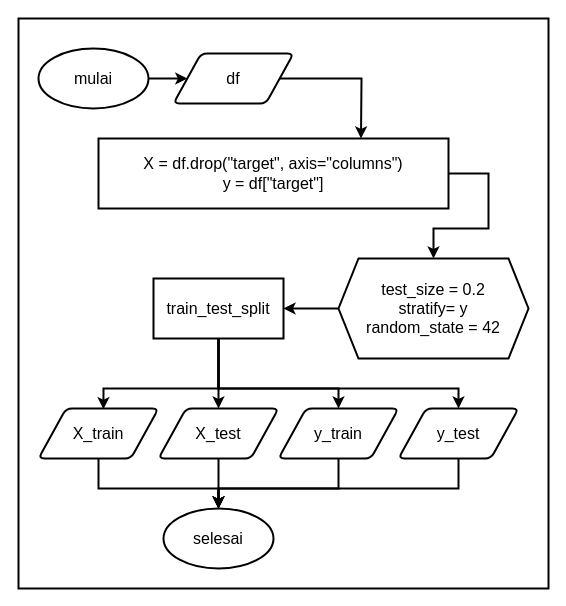
This is Images/flowchart_datasets_splitting.drawio from rshby/skripsi, a draw.io file, before an edit. Source tidied: cells renumbered, new cells numbered last; positions are measured from the earlier drawing's top-left corner, leaving out a move shared by most shapes. Both pictures are drawn from the tidied source at 100%, with x=0, y=0 at pixel (18, 18).
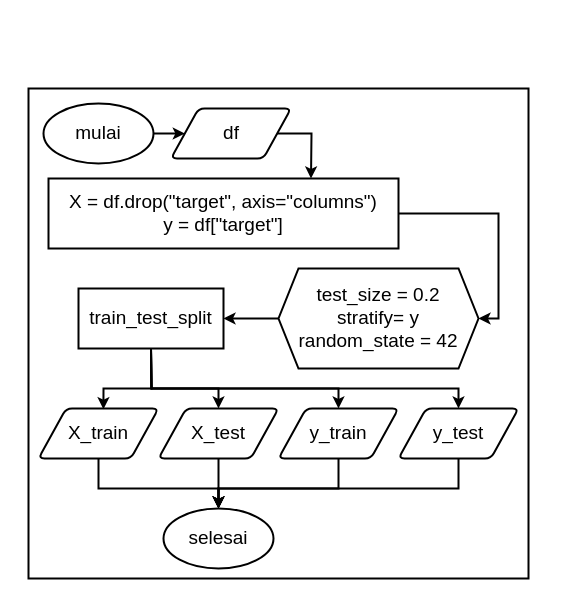
The same page after the edit.

Change to the diagram source:
```diff
@@
-    <mxCell id="2" style="group;" parent="1" vertex="1">
-      <mxGeometry width="530" height="570" as="geometry" />
-    </mxCell>
-    <mxCell id="3" style="rounded=0;whiteSpace=wrap;html=1;strokeWidth=2;" parent="2" vertex="1">
-      <mxGeometry width="530" height="570" as="geometry" />
-    </mxCell>
+    <mxCell id="26" style="group;" parent="1" vertex="1">
+      <mxGeometry x="10" y="70" width="500" height="490" as="geometry" />
+    </mxCell>
+    <mxCell id="27" style="rounded=0;whiteSpace=wrap;html=1;fontSize=19;strokeWidth=2;" parent="26" vertex="1">
+      <mxGeometry width="500" height="490" as="geometry" />
+    </mxCell>
-    <mxCell id="4" value="&lt;font style=&quot;font-size: 16px&quot;&gt;mulai&lt;/font&gt;" style="ellipse;whiteSpace=wrap;html=1;strokeWidth=2;" parent="2" vertex="1">
-      <mxGeometry x="20" y="30" width="110" height="60" as="geometry" />
+    <mxCell id="4" value="&lt;font style=&quot;font-size: 19px&quot;&gt;mulai&lt;/font&gt;" style="ellipse;whiteSpace=wrap;html=1;strokeWidth=2;" parent="26" vertex="1">
+      <mxGeometry x="15" y="15" width="110" height="60" as="geometry" />
     </mxCell>
-    <mxCell id="5" value="&lt;font style=&quot;font-size: 16px&quot;&gt;df&lt;/font&gt;" style="shape=parallelogram;html=1;strokeWidth=2;perimeter=parallelogramPerimeter;whiteSpace=wrap;rounded=1;arcSize=12;size=0.23;" parent="2" vertex="1">
-      <mxGeometry x="155" y="35" width="120" height="50" as="geometry" />
+    <mxCell id="5" value="&lt;font style=&quot;font-size: 19px&quot;&gt;df&lt;/font&gt;" style="shape=parallelogram;html=1;strokeWidth=2;perimeter=parallelogramPerimeter;whiteSpace=wrap;rounded=1;arcSize=12;size=0.23;" parent="26" vertex="1">
+      <mxGeometry x="142.5" y="20" width="120" height="50" as="geometry" />
     </mxCell>
-    <mxCell id="6" value="&lt;font style=&quot;font-size: 16px&quot;&gt;X_train&lt;/font&gt;" style="shape=parallelogram;html=1;strokeWidth=2;perimeter=parallelogramPerimeter;whiteSpace=wrap;rounded=1;arcSize=12;size=0.23;" parent="2" vertex="1">
-      <mxGeometry x="20" y="390" width="120" height="50" as="geometry" />
+    <mxCell id="6" value="&lt;font style=&quot;font-size: 19px&quot;&gt;X_train&lt;/font&gt;" style="shape=parallelogram;html=1;strokeWidth=2;perimeter=parallelogramPerimeter;whiteSpace=wrap;rounded=1;arcSize=12;size=0.23;" parent="26" vertex="1">
+      <mxGeometry x="10" y="320" width="120" height="50" as="geometry" />
     </mxCell>
-    <mxCell id="7" value="&lt;font style=&quot;font-size: 16px&quot;&gt;X_test&lt;/font&gt;" style="shape=parallelogram;html=1;strokeWidth=2;perimeter=parallelogramPerimeter;whiteSpace=wrap;rounded=1;arcSize=12;size=0.23;" parent="2" vertex="1">
-      <mxGeometry x="140" y="390" width="120" height="50" as="geometry" />
+    <mxCell id="7" value="&lt;font style=&quot;font-size: 19px&quot;&gt;X_test&lt;/font&gt;" style="shape=parallelogram;html=1;strokeWidth=2;perimeter=parallelogramPerimeter;whiteSpace=wrap;rounded=1;arcSize=12;size=0.23;" parent="26" vertex="1">
+      <mxGeometry x="130" y="320" width="120" height="50" as="geometry" />
     </mxCell>
-    <mxCell id="8" value="&lt;span style=&quot;font-size: 16px&quot;&gt;y_train&lt;/span&gt;" style="shape=parallelogram;html=1;strokeWidth=2;perimeter=parallelogramPerimeter;whiteSpace=wrap;rounded=1;arcSize=12;size=0.23;" parent="2" vertex="1">
-      <mxGeometry x="260" y="390" width="120" height="50" as="geometry" />
+    <mxCell id="8" value="&lt;font style=&quot;font-size: 19px&quot;&gt;y_train&lt;/font&gt;" style="shape=parallelogram;html=1;strokeWidth=2;perimeter=parallelogramPerimeter;whiteSpace=wrap;rounded=1;arcSize=12;size=0.23;" parent="26" vertex="1">
+      <mxGeometry x="250" y="320" width="120" height="50" as="geometry" />
     </mxCell>
-    <mxCell id="9" value="&lt;font style=&quot;font-size: 16px&quot;&gt;y_test&lt;/font&gt;" style="shape=parallelogram;html=1;strokeWidth=2;perimeter=parallelogramPerimeter;whiteSpace=wrap;rounded=1;arcSize=12;size=0.23;" parent="2" vertex="1">
-      <mxGeometry x="380" y="390" width="120" height="50" as="geometry" />
+    <mxCell id="9" value="&lt;font style=&quot;font-size: 19px&quot;&gt;y_test&lt;/font&gt;" style="shape=parallelogram;html=1;strokeWidth=2;perimeter=parallelogramPerimeter;whiteSpace=wrap;rounded=1;arcSize=12;size=0.23;" parent="26" vertex="1">
+      <mxGeometry x="370" y="320" width="120" height="50" as="geometry" />
     </mxCell>
-    <mxCell id="10" value="&lt;font style=&quot;font-size: 16px&quot;&gt;selesai&lt;/font&gt;" style="ellipse;whiteSpace=wrap;html=1;strokeWidth=2;" parent="2" vertex="1">
-      <mxGeometry x="145" y="490" width="110" height="60" as="geometry" />
+    <mxCell id="10" value="&lt;font style=&quot;font-size: 19px&quot;&gt;selesai&lt;/font&gt;" style="ellipse;whiteSpace=wrap;html=1;strokeWidth=2;" parent="26" vertex="1">
+      <mxGeometry x="135" y="420" width="110" height="60" as="geometry" />
     </mxCell>
-    <mxCell id="11" value="&lt;font style=&quot;font-size: 16px&quot;&gt;test_size = 0.2&lt;br&gt;stratify= y&lt;br&gt;random_state = 42&lt;br&gt;&lt;/font&gt;" style="shape=hexagon;perimeter=hexagonPerimeter2;whiteSpace=wrap;html=1;fixedSize=1;strokeWidth=2;" parent="2" vertex="1">
-      <mxGeometry x="320" y="240" width="190" height="100" as="geometry" />
+    <mxCell id="11" value="&lt;font style=&quot;font-size: 19px&quot;&gt;test_size = 0.2&lt;br&gt;stratify= y&lt;br&gt;random_state = 42&lt;br&gt;&lt;/font&gt;" style="shape=hexagon;perimeter=hexagonPerimeter2;whiteSpace=wrap;html=1;fixedSize=1;strokeWidth=2;" parent="26" vertex="1">
+      <mxGeometry x="250" y="180" width="200" height="100" as="geometry" />
     </mxCell>
-    <mxCell id="12" style="endArrow=classic;html=1;strokeWidth=2;exitX=1;exitY=0.5;exitDx=0;exitDy=0;entryX=0.75;entryY=0;entryDx=0;entryDy=0;rounded=0;" parent="2" edge="1" source="5" target="25">
-      <mxGeometry y="-5" as="geometry">
+    <mxCell id="12" style="endArrow=classic;html=1;strokeWidth=2;exitX=1;exitY=0.5;exitDx=0;exitDy=0;entryX=0.75;entryY=0;entryDx=0;entryDy=0;rounded=0;" parent="26" edge="1" source="5" target="25">
+      <mxGeometry x="-10" y="-75" as="geometry">
         <Array as="points">
-          <mxPoint x="343" y="60" />
+          <mxPoint x="283" y="45" />
         </Array>
       </mxGeometry>
     </mxCell>
-    <mxCell id="13" style="endArrow=classic;html=1;strokeWidth=2;exitX=1;exitY=0.5;exitDx=0;exitDy=0;entryX=0;entryY=0.5;entryDx=0;entryDy=0;" parent="2" edge="1" source="4" target="5">
-      <mxGeometry y="-5" as="geometry" />
+    <mxCell id="13" style="endArrow=classic;html=1;strokeWidth=2;exitX=1;exitY=0.5;exitDx=0;exitDy=0;entryX=0;entryY=0.5;entryDx=0;entryDy=0;" parent="26" edge="1" source="4" target="5">
+      <mxGeometry x="-10" y="-75" as="geometry" />
     </mxCell>
-    <mxCell id="14" value="&lt;font style=&quot;font-size: 16px&quot;&gt;train_test_split&lt;/font&gt;" style="rounded=0;whiteSpace=wrap;html=1;strokeWidth=2;" parent="2" vertex="1">
-      <mxGeometry x="135" y="260" width="130" height="60" as="geometry" />
+    <mxCell id="14" value="&lt;font style=&quot;font-size: 19px&quot;&gt;train_test_split&lt;/font&gt;" style="rounded=0;whiteSpace=wrap;html=1;strokeWidth=2;" parent="26" vertex="1">
+      <mxGeometry x="50" y="200" width="145" height="60" as="geometry" />
     </mxCell>
-    <mxCell id="15" style="endArrow=classic;html=1;strokeWidth=2;exitX=1;exitY=0.5;exitDx=0;exitDy=0;entryX=0.5;entryY=0;entryDx=0;entryDy=0;rounded=0;" parent="2" edge="1" source="25" target="11">
-      <mxGeometry y="90" as="geometry">
+    <mxCell id="15" style="endArrow=classic;html=1;strokeWidth=2;exitX=1;exitY=0.5;exitDx=0;exitDy=0;entryX=1;entryY=0.5;entryDx=0;entryDy=0;rounded=0;" parent="26" edge="1" source="25" target="11">
+      <mxGeometry x="-90" y="-120" as="geometry">
         <Array as="points">
-          <mxPoint x="470" y="155" />
-          <mxPoint x="470" y="210" />
-          <mxPoint x="415" y="210" />
+          <mxPoint x="470" y="125" />
+          <mxPoint x="470" y="230" />
         </Array>
       </mxGeometry>
     </mxCell>
-    <mxCell id="16" style="endArrow=classic;html=1;strokeWidth=2;exitX=0;exitY=0.5;exitDx=0;exitDy=0;entryX=1;entryY=0.5;entryDx=0;entryDy=0;" parent="2" edge="1" source="11" target="14">
-      <mxGeometry y="90" as="geometry" />
+    <mxCell id="16" style="endArrow=classic;html=1;strokeWidth=2;exitX=0;exitY=0.5;exitDx=0;exitDy=0;entryX=1;entryY=0.5;entryDx=0;entryDy=0;" parent="26" edge="1" source="11" target="14">
+      <mxGeometry x="-10" y="20" as="geometry" />
     </mxCell>
-    <mxCell id="17" style="endArrow=classic;html=1;strokeWidth=2;exitX=0.5;exitY=1;exitDx=0;exitDy=0;entryX=0.541;entryY=0.014;entryDx=0;entryDy=0;entryPerimeter=0;rounded=0;" parent="2" edge="1" source="14" target="6">
-      <mxGeometry y="90" as="geometry">
+    <mxCell id="17" style="endArrow=classic;html=1;strokeWidth=2;exitX=0.5;exitY=1;exitDx=0;exitDy=0;entryX=0.541;entryY=0.014;entryDx=0;entryDy=0;entryPerimeter=0;rounded=0;" parent="26" edge="1" source="14" target="6">
+      <mxGeometry x="-10" y="20" as="geometry">
         <Array as="points">
-          <mxPoint x="200" y="370" />
-          <mxPoint x="85" y="370" />
+          <mxPoint x="123" y="300" />
+          <mxPoint x="75" y="300" />
         </Array>
       </mxGeometry>
     </mxCell>
-    <mxCell id="18" style="endArrow=classic;html=1;strokeWidth=2;exitX=0.5;exitY=1;exitDx=0;exitDy=0;entryX=0.5;entryY=0;entryDx=0;entryDy=0;" parent="2" edge="1" source="14" target="7">
-      <mxGeometry y="90" as="geometry" />
+    <mxCell id="18" style="endArrow=classic;html=1;strokeWidth=2;exitX=0.5;exitY=1;exitDx=0;exitDy=0;entryX=0.5;entryY=0;entryDx=0;entryDy=0;rounded=0;" parent="26" edge="1" source="14" target="7">
+      <mxGeometry x="-10" y="20" as="geometry">
+        <Array as="points">
+          <mxPoint x="123" y="300" />
+          <mxPoint x="190" y="300" />
+        </Array>
+      </mxGeometry>
     </mxCell>
-    <mxCell id="19" style="endArrow=classic;html=1;strokeWidth=2;exitX=0.5;exitY=1;exitDx=0;exitDy=0;entryX=0.5;entryY=0;entryDx=0;entryDy=0;rounded=0;" parent="2" edge="1" source="14" target="8">
-      <mxGeometry y="90" as="geometry">
+    <mxCell id="19" style="endArrow=classic;html=1;strokeWidth=2;exitX=0.5;exitY=1;exitDx=0;exitDy=0;entryX=0.5;entryY=0;entryDx=0;entryDy=0;rounded=0;" parent="26" edge="1" source="14" target="8">
+      <mxGeometry x="-10" y="20" as="geometry">
         <Array as="points">
-          <mxPoint x="200" y="370" />
-          <mxPoint x="320" y="370" />
+          <mxPoint x="123" y="300" />
+          <mxPoint x="190" y="300" />
+          <mxPoint x="310" y="300" />
         </Array>
       </mxGeometry>
     </mxCell>
-    <mxCell id="20" style="endArrow=classic;html=1;strokeWidth=2;exitX=0.5;exitY=1;exitDx=0;exitDy=0;entryX=0.5;entryY=0;entryDx=0;entryDy=0;rounded=0;" parent="2" edge="1" source="14" target="9">
-      <mxGeometry y="90" as="geometry">
+    <mxCell id="20" style="endArrow=classic;html=1;strokeWidth=2;exitX=0.5;exitY=1;exitDx=0;exitDy=0;entryX=0.5;entryY=0;entryDx=0;entryDy=0;rounded=0;" parent="26" edge="1" source="14" target="9">
+      <mxGeometry x="-10" y="20" as="geometry">
         <Array as="points">
-          <mxPoint x="200" y="370" />
-          <mxPoint x="440" y="370" />
+          <mxPoint x="123" y="300" />
+          <mxPoint x="190" y="300" />
+          <mxPoint x="430" y="300" />
         </Array>
       </mxGeometry>
     </mxCell>
-    <mxCell id="21" style="endArrow=classic;html=1;strokeWidth=2;exitX=0.5;exitY=1;exitDx=0;exitDy=0;entryX=0.5;entryY=0;entryDx=0;entryDy=0;" parent="2" edge="1" source="7" target="10">
-      <mxGeometry y="90" as="geometry" />
+    <mxCell id="21" style="endArrow=classic;html=1;strokeWidth=2;exitX=0.5;exitY=1;exitDx=0;exitDy=0;entryX=0.5;entryY=0;entryDx=0;entryDy=0;" parent="26" edge="1" source="7" target="10">
+      <mxGeometry x="-10" y="20" as="geometry" />
     </mxCell>
-    <mxCell id="22" style="endArrow=classic;html=1;strokeWidth=2;exitX=0.5;exitY=1;exitDx=0;exitDy=0;entryX=0.5;entryY=0;entryDx=0;entryDy=0;rounded=0;" parent="2" edge="1" source="8" target="10">
-      <mxGeometry y="90" as="geometry">
+    <mxCell id="22" style="endArrow=classic;html=1;strokeWidth=2;exitX=0.5;exitY=1;exitDx=0;exitDy=0;entryX=0.5;entryY=0;entryDx=0;entryDy=0;rounded=0;" parent="26" edge="1" source="8" target="10">
+      <mxGeometry x="-10" y="20" as="geometry">
         <Array as="points">
-          <mxPoint x="320" y="470" />
-          <mxPoint x="200" y="470" />
+          <mxPoint x="310" y="400" />
+          <mxPoint x="190" y="400" />
         </Array>
       </mxGeometry>
     </mxCell>
-    <mxCell id="23" style="endArrow=classic;html=1;strokeWidth=2;exitX=0.5;exitY=1;exitDx=0;exitDy=0;entryX=0.5;entryY=0;entryDx=0;entryDy=0;rounded=0;" parent="2" edge="1" source="6" target="10">
-      <mxGeometry y="90" as="geometry">
+    <mxCell id="23" style="endArrow=classic;html=1;strokeWidth=2;exitX=0.5;exitY=1;exitDx=0;exitDy=0;entryX=0.5;entryY=0;entryDx=0;entryDy=0;rounded=0;" parent="26" edge="1" source="6" target="10">
+      <mxGeometry x="-10" y="20" as="geometry">
         <Array as="points">
-          <mxPoint x="80" y="470" />
-          <mxPoint x="200" y="470" />
+          <mxPoint x="70" y="400" />
+          <mxPoint x="190" y="400" />
         </Array>
       </mxGeometry>
     </mxCell>
-    <mxCell id="24" style="endArrow=classic;html=1;strokeWidth=2;exitX=0.5;exitY=1;exitDx=0;exitDy=0;entryX=0.5;entryY=0;entryDx=0;entryDy=0;rounded=0;" parent="2" edge="1" source="9" target="10">
-      <mxGeometry y="90" as="geometry">
+    <mxCell id="24" style="endArrow=classic;html=1;strokeWidth=2;exitX=0.5;exitY=1;exitDx=0;exitDy=0;entryX=0.5;entryY=0;entryDx=0;entryDy=0;rounded=0;" parent="26" edge="1" source="9" target="10">
+      <mxGeometry x="-10" y="20" as="geometry">
         <Array as="points">
-          <mxPoint x="440" y="470" />
-          <mxPoint x="200" y="470" />
+          <mxPoint x="430" y="400" />
+          <mxPoint x="190" y="400" />
         </Array>
       </mxGeometry>
     </mxCell>
-    <mxCell id="25" value="&lt;font style=&quot;font-size: 16px&quot;&gt;X = df.drop(&quot;target&quot;, axis=&quot;columns&quot;)&lt;br&gt;y = df[&quot;target&quot;]&lt;/font&gt;" style="rounded=0;whiteSpace=wrap;html=1;strokeWidth=2;" parent="2" vertex="1">
-      <mxGeometry x="80" y="120" width="350" height="70" as="geometry" />
+    <mxCell id="25" value="&lt;font style=&quot;font-size: 19px&quot;&gt;X = df.drop(&quot;target&quot;, axis=&quot;columns&quot;)&lt;br&gt;y = df[&quot;target&quot;]&lt;/font&gt;" style="rounded=0;whiteSpace=wrap;html=1;strokeWidth=2;" parent="26" vertex="1">
+      <mxGeometry x="20" y="90" width="350" height="70" as="geometry" />
     </mxCell>
```
